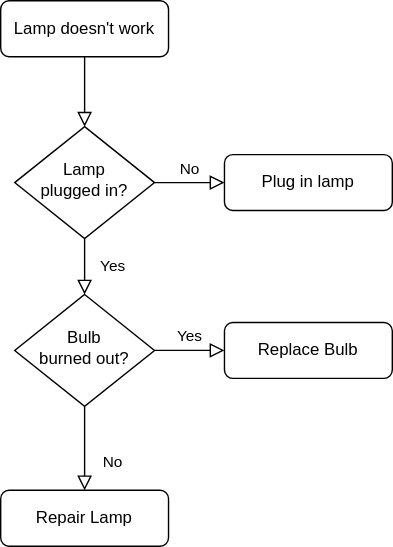
This is Untitled Diagram.drawio.svg from yingwu/blog, a draw.io export, as it was before one commit. Source tidied: cells renumbered, new cells last; positions are measured from the earlier drawing's top-left corner, leaving out a move shared by most shapes.
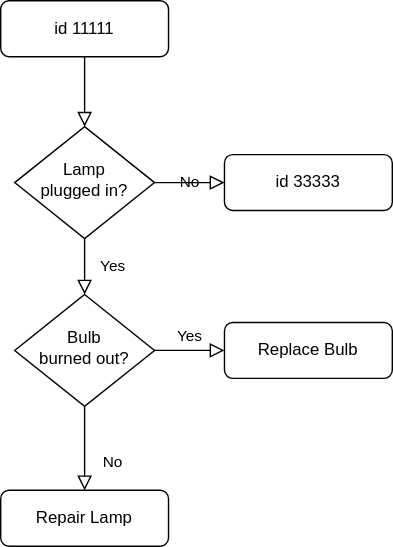
The same file after the commit.

Diff of the diagram source:
```diff
@@ -5,19 +5,19 @@
     <mxCell id="2" style="rounded=0;html=1;jettySize=auto;fontSize=11;endArrow=block;endFill=0;endSize=8;strokeWidth=1;shadow=0;labelBackgroundColor=none;edgeStyle=orthogonalEdgeStyle;" parent="1" edge="1" source="3" target="6">
       <mxGeometry relative="1" as="geometry" />
     </mxCell>
-    <mxCell id="3" value="Lamp doesn't work" style="rounded=1;whiteSpace=wrap;html=1;fontSize=12;glass=0;strokeWidth=1;shadow=0;" parent="1" vertex="1">
+    <mxCell id="3" value="id 11111" style="rounded=1;whiteSpace=wrap;html=1;fontSize=12;glass=0;strokeWidth=1;shadow=0;" parent="1" vertex="1">
       <mxGeometry width="120" height="40" as="geometry" />
     </mxCell>
     <mxCell id="4" value="Yes" style="rounded=0;html=1;jettySize=auto;fontSize=11;endArrow=block;endFill=0;endSize=8;strokeWidth=1;shadow=0;labelBackgroundColor=none;edgeStyle=orthogonalEdgeStyle;" parent="1" edge="1" source="6" target="10">
       <mxGeometry y="20" relative="1" as="geometry" />
     </mxCell>
     <mxCell id="5" value="No" style="edgeStyle=orthogonalEdgeStyle;rounded=0;html=1;jettySize=auto;fontSize=11;endArrow=block;endFill=0;endSize=8;strokeWidth=1;shadow=0;labelBackgroundColor=none;" parent="1" edge="1" source="6" target="7">
-      <mxGeometry y="10" relative="1" as="geometry" />
+      <mxGeometry relative="1" as="geometry" />
     </mxCell>
     <mxCell id="6" value="Lamp&lt;br&gt;plugged in?" style="rhombus;whiteSpace=wrap;html=1;shadow=0;fontFamily=Helvetica;fontSize=12;align=center;strokeWidth=1;spacing=6;spacingTop=-4;" parent="1" vertex="1">
       <mxGeometry x="10" y="90" width="100" height="80" as="geometry" />
     </mxCell>
-    <mxCell id="7" value="Plug in lamp" style="rounded=1;whiteSpace=wrap;html=1;fontSize=12;glass=0;strokeWidth=1;shadow=0;" parent="1" vertex="1">
+    <mxCell id="7" value="id 33333" style="rounded=1;whiteSpace=wrap;html=1;fontSize=12;glass=0;strokeWidth=1;shadow=0;" parent="1" vertex="1">
       <mxGeometry x="160" y="110" width="120" height="40" as="geometry" />
     </mxCell>
     <mxCell id="8" value="No" style="rounded=0;html=1;jettySize=auto;fontSize=11;endArrow=block;endFill=0;endSize=8;strokeWidth=1;shadow=0;labelBackgroundColor=none;edgeStyle=orthogonalEdgeStyle;" parent="1" edge="1" source="10" target="11">
```
